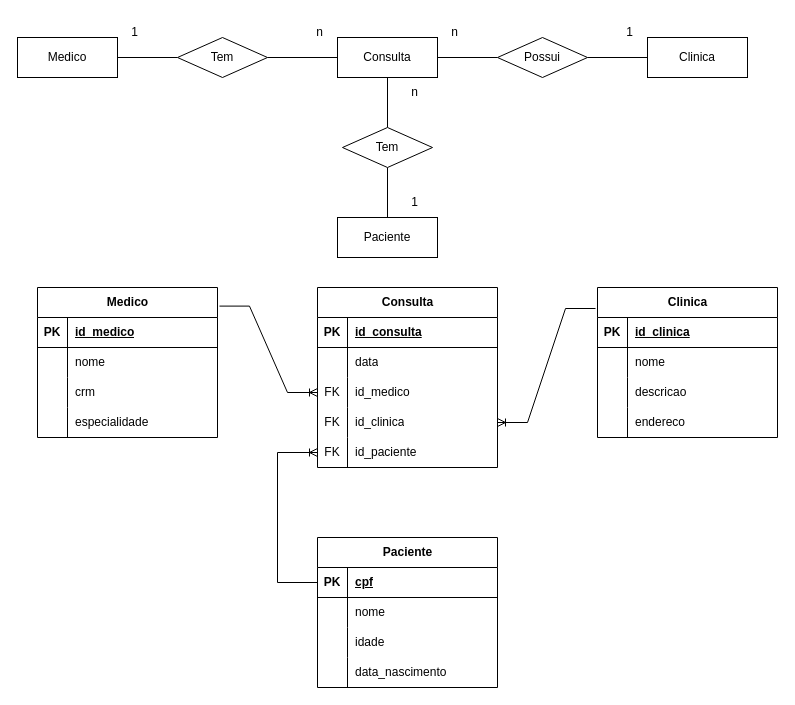
This is Projeto_ECommerce/Modelagem/Clinica Medica.drawio from jheykocarreno/Senai_BackEnd, a draw.io file, before an edit. Source tidied: cells renumbered, new cells numbered last; positions are measured from the earlier drawing's top-left corner, leaving out a move shared by most shapes. Both pictures are drawn from the tidied source at 100%, with x=0, y=0 at pixel (17, 17).
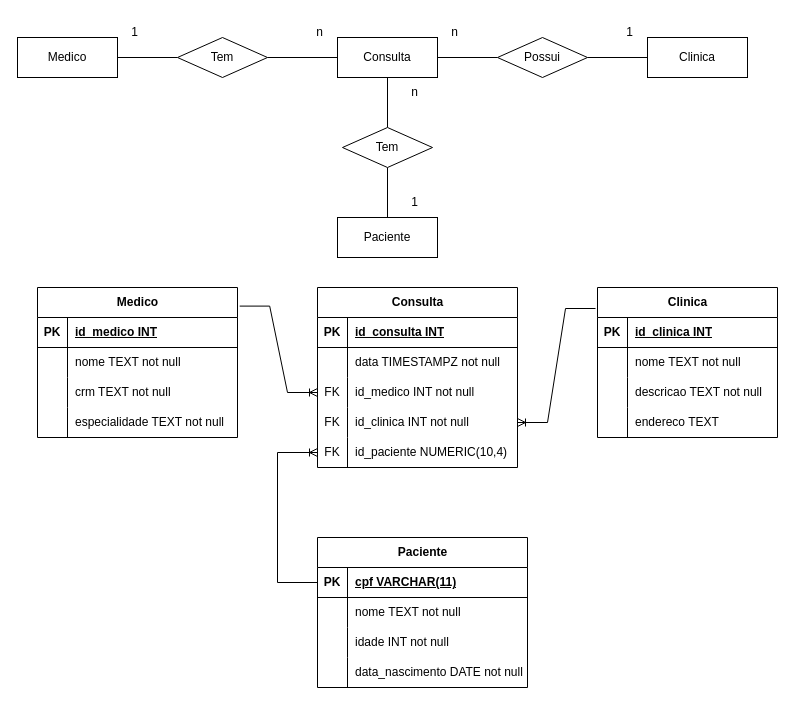
The same page after the edit.

Unchanged cells that the change refers to:
```xml
<mxCell id="52" style="shape=tableRow;horizontal=0;startSize=0;swimlaneHead=0;swimlaneBody=0;fillColor=none;top=0;left=0;right=0;bottom=1;" parent="51" vertex="1">
  <mxGeometry y="30" width="180" height="30" as="geometry" />
</mxCell>
<mxCell id="55" style="shape=tableRow;horizontal=0;startSize=0;swimlaneHead=0;swimlaneBody=0;fillColor=none;top=0;left=0;right=0;bottom=0;" parent="51" vertex="1">
  <mxGeometry y="60" width="180" height="30" as="geometry" />
</mxCell>
<mxCell id="58" style="shape=tableRow;horizontal=0;startSize=0;swimlaneHead=0;swimlaneBody=0;fillColor=none;top=0;left=0;right=0;bottom=0;" parent="51" vertex="1">
  <mxGeometry y="90" width="180" height="30" as="geometry" />
</mxCell>
<mxCell id="61" style="shape=tableRow;horizontal=0;startSize=0;swimlaneHead=0;swimlaneBody=0;fillColor=none;top=0;left=0;right=0;bottom=0;" parent="51" vertex="1">
  <mxGeometry y="120" width="180" height="30" as="geometry" />
</mxCell>
```

Change to the diagram source:
```diff
@@
     <mxCell id="21" value="Medico" style="shape=table;startSize=30;childLayout=tableLayout;rowLines=0;fontStyle=1;align=center;html=1;" parent="1" vertex="1">
-      <mxGeometry x="20" y="270" width="180" height="150" as="geometry" />
+      <mxGeometry x="20" y="270" width="200" height="150" as="geometry" />
     </mxCell>
     <mxCell id="22" style="shape=tableRow;horizontal=0;startSize=0;swimlaneHead=0;swimlaneBody=0;fillColor=none;top=0;left=0;right=0;bottom=1;" parent="21" vertex="1">
-      <mxGeometry y="30" width="180" height="30" as="geometry" />
+      <mxGeometry y="30" width="200" height="30" as="geometry" />
     </mxCell>
@@
-    <mxCell id="24" value="id_medico" style="shape=partialRectangle;fillColor=none;top=0;left=0;bottom=0;right=0;align=left;spacingLeft=6;fontStyle=5;overflow=hidden;whiteSpace=wrap;html=1;" parent="22" vertex="1">
-      <mxGeometry x="30" width="150" height="30" as="geometry" />
+    <mxCell id="24" value="id_medico INT" style="shape=partialRectangle;fillColor=none;top=0;left=0;bottom=0;right=0;align=left;spacingLeft=6;fontStyle=5;overflow=hidden;whiteSpace=wrap;html=1;" parent="22" vertex="1">
+      <mxGeometry x="30" width="170" height="30" as="geometry" />
     </mxCell>
     <mxCell id="25" style="shape=tableRow;horizontal=0;startSize=0;swimlaneHead=0;swimlaneBody=0;fillColor=none;top=0;left=0;right=0;bottom=0;" parent="21" vertex="1">
-      <mxGeometry y="60" width="180" height="30" as="geometry" />
+      <mxGeometry y="60" width="200" height="30" as="geometry" />
     </mxCell>
@@
-    <mxCell id="27" value="nome" style="shape=partialRectangle;fillColor=none;top=0;left=0;bottom=0;right=0;align=left;spacingLeft=6;overflow=hidden;whiteSpace=wrap;html=1;" parent="25" vertex="1">
-      <mxGeometry x="30" width="150" height="30" as="geometry" />
+    <mxCell id="27" value="nome TEXT not null" style="shape=partialRectangle;fillColor=none;top=0;left=0;bottom=0;right=0;align=left;spacingLeft=6;overflow=hidden;whiteSpace=wrap;html=1;" parent="25" vertex="1">
+      <mxGeometry x="30" width="170" height="30" as="geometry" />
     </mxCell>
     <mxCell id="28" style="shape=tableRow;horizontal=0;startSize=0;swimlaneHead=0;swimlaneBody=0;fillColor=none;top=0;left=0;right=0;bottom=0;" parent="21" vertex="1">
-      <mxGeometry y="90" width="180" height="30" as="geometry" />
+      <mxGeometry y="90" width="200" height="30" as="geometry" />
     </mxCell>
@@
-    <mxCell id="30" value="crm" style="shape=partialRectangle;fillColor=none;top=0;left=0;bottom=0;right=0;align=left;spacingLeft=6;overflow=hidden;whiteSpace=wrap;html=1;" parent="28" vertex="1">
-      <mxGeometry x="30" width="150" height="30" as="geometry" />
+    <mxCell id="30" value="crm TEXT not null" style="shape=partialRectangle;fillColor=none;top=0;left=0;bottom=0;right=0;align=left;spacingLeft=6;overflow=hidden;whiteSpace=wrap;html=1;" parent="28" vertex="1">
+      <mxGeometry x="30" width="170" height="30" as="geometry" />
     </mxCell>
     <mxCell id="31" style="shape=tableRow;horizontal=0;startSize=0;swimlaneHead=0;swimlaneBody=0;fillColor=none;top=0;left=0;right=0;bottom=0;" parent="21" vertex="1">
-      <mxGeometry y="120" width="180" height="30" as="geometry" />
+      <mxGeometry y="120" width="200" height="30" as="geometry" />
     </mxCell>
@@
-    <mxCell id="33" value="especialidade" style="shape=partialRectangle;fillColor=none;top=0;left=0;bottom=0;right=0;align=left;spacingLeft=6;overflow=hidden;whiteSpace=wrap;html=1;" parent="31" vertex="1">
-      <mxGeometry x="30" width="150" height="30" as="geometry" />
+    <mxCell id="33" value="especialidade TEXT not null" style="shape=partialRectangle;fillColor=none;top=0;left=0;bottom=0;right=0;align=left;spacingLeft=6;overflow=hidden;whiteSpace=wrap;html=1;" parent="31" vertex="1">
+      <mxGeometry x="30" width="170" height="30" as="geometry" />
     </mxCell>
     <mxCell id="34" value="Consulta" style="shape=table;startSize=30;childLayout=tableLayout;rowLines=0;fontStyle=1;align=center;html=1;" parent="1" vertex="1">
-      <mxGeometry x="300" y="270" width="180" height="180" as="geometry" />
+      <mxGeometry x="300" y="270" width="200" height="180" as="geometry" />
     </mxCell>
     <mxCell id="35" style="shape=tableRow;horizontal=0;startSize=0;swimlaneHead=0;swimlaneBody=0;fillColor=none;top=0;left=0;right=0;bottom=1;" parent="34" vertex="1">
-      <mxGeometry y="30" width="180" height="30" as="geometry" />
+      <mxGeometry y="30" width="200" height="30" as="geometry" />
     </mxCell>
@@
-    <mxCell id="37" value="id_consulta" style="shape=partialRectangle;fillColor=none;top=0;left=0;bottom=0;right=0;align=left;spacingLeft=6;fontStyle=5;overflow=hidden;whiteSpace=wrap;html=1;" parent="35" vertex="1">
-      <mxGeometry x="30" width="150" height="30" as="geometry" />
+    <mxCell id="37" value="id_consulta INT" style="shape=partialRectangle;fillColor=none;top=0;left=0;bottom=0;right=0;align=left;spacingLeft=6;fontStyle=5;overflow=hidden;whiteSpace=wrap;html=1;" parent="35" vertex="1">
+      <mxGeometry x="30" width="170" height="30" as="geometry" />
     </mxCell>
     <mxCell id="38" style="shape=tableRow;horizontal=0;startSize=0;swimlaneHead=0;swimlaneBody=0;fillColor=none;top=0;left=0;right=0;bottom=0;" parent="34" vertex="1">
-      <mxGeometry y="60" width="180" height="30" as="geometry" />
+      <mxGeometry y="60" width="200" height="30" as="geometry" />
     </mxCell>
@@
-    <mxCell id="40" value="data" style="shape=partialRectangle;fillColor=none;top=0;left=0;bottom=0;right=0;align=left;spacingLeft=6;overflow=hidden;whiteSpace=wrap;html=1;" parent="38" vertex="1">
-      <mxGeometry x="30" width="150" height="30" as="geometry" />
+    <mxCell id="40" value="data TIMESTAMPZ not null" style="shape=partialRectangle;fillColor=none;top=0;left=0;bottom=0;right=0;align=left;spacingLeft=6;overflow=hidden;whiteSpace=wrap;html=1;" parent="38" vertex="1">
+      <mxGeometry x="30" width="170" height="30" as="geometry" />
     </mxCell>
     <mxCell id="41" style="shape=tableRow;horizontal=0;startSize=0;swimlaneHead=0;swimlaneBody=0;fillColor=none;points=[[0,0.5],[1,0.5]];portConstraint=eastwest;top=0;left=0;right=0;bottom=0;" parent="34" vertex="1">
-      <mxGeometry y="90" width="180" height="30" as="geometry" />
+      <mxGeometry y="90" width="200" height="30" as="geometry" />
     </mxCell>
@@
-    <mxCell id="43" value="id_medico" style="shape=partialRectangle;fillColor=none;top=0;left=0;bottom=0;right=0;align=left;spacingLeft=6;overflow=hidden;whiteSpace=wrap;html=1;" parent="41" vertex="1">
-      <mxGeometry x="30" width="150" height="30" as="geometry" />
+    <mxCell id="43" value="id_medico INT not null" style="shape=partialRectangle;fillColor=none;top=0;left=0;bottom=0;right=0;align=left;spacingLeft=6;overflow=hidden;whiteSpace=wrap;html=1;" parent="41" vertex="1">
+      <mxGeometry x="30" width="170" height="30" as="geometry" />
     </mxCell>
     <mxCell id="44" style="shape=tableRow;horizontal=0;startSize=0;swimlaneHead=0;swimlaneBody=0;fillColor=none;points=[[0,0.5],[1,0.5]];portConstraint=eastwest;top=0;left=0;right=0;bottom=0;" parent="34" vertex="1">
-      <mxGeometry y="120" width="180" height="30" as="geometry" />
+      <mxGeometry y="120" width="200" height="30" as="geometry" />
     </mxCell>
@@
-    <mxCell id="46" value="id_clinica" style="shape=partialRectangle;fillColor=none;top=0;left=0;bottom=0;right=0;align=left;spacingLeft=6;overflow=hidden;whiteSpace=wrap;html=1;" parent="44" vertex="1">
-      <mxGeometry x="30" width="150" height="30" as="geometry" />
+    <mxCell id="46" value="id_clinica INT not null" style="shape=partialRectangle;fillColor=none;top=0;left=0;bottom=0;right=0;align=left;spacingLeft=6;overflow=hidden;whiteSpace=wrap;html=1;" parent="44" vertex="1">
+      <mxGeometry x="30" width="170" height="30" as="geometry" />
     </mxCell>
     <mxCell id="47" style="shape=tableRow;horizontal=0;startSize=0;swimlaneHead=0;swimlaneBody=0;fillColor=none;points=[[0,0.5],[1,0.5]];portConstraint=eastwest;top=0;left=0;right=0;bottom=0;" parent="34" vertex="1">
-      <mxGeometry y="150" width="180" height="30" as="geometry" />
+      <mxGeometry y="150" width="200" height="30" as="geometry" />
     </mxCell>
@@
-    <mxCell id="49" value="id_paciente" style="shape=partialRectangle;fillColor=none;top=0;left=0;bottom=0;right=0;align=left;spacingLeft=6;overflow=hidden;whiteSpace=wrap;html=1;" parent="47" vertex="1">
-      <mxGeometry x="30" width="150" height="30" as="geometry" />
+    <mxCell id="49" value="id_paciente NUMERIC(10,4)" style="shape=partialRectangle;fillColor=none;top=0;left=0;bottom=0;right=0;align=left;spacingLeft=6;overflow=hidden;whiteSpace=wrap;html=1;" parent="47" vertex="1">
+      <mxGeometry x="30" width="170" height="30" as="geometry" />
     </mxCell>
@@
-    <mxCell id="54" value="id_clinica" style="shape=partialRectangle;fillColor=none;top=0;left=0;bottom=0;right=0;align=left;spacingLeft=6;fontStyle=5;overflow=hidden;whiteSpace=wrap;html=1;" parent="52" vertex="1">
+    <mxCell id="54" value="id_clinica INT" style="shape=partialRectangle;fillColor=none;top=0;left=0;bottom=0;right=0;align=left;spacingLeft=6;fontStyle=5;overflow=hidden;whiteSpace=wrap;html=1;" parent="52" vertex="1">
       <mxGeometry x="30" width="150" height="30" as="geometry" />
     </mxCell>
@@
-    <mxCell id="57" value="nome" style="shape=partialRectangle;fillColor=none;top=0;left=0;bottom=0;right=0;align=left;spacingLeft=6;overflow=hidden;whiteSpace=wrap;html=1;" parent="55" vertex="1">
+    <mxCell id="57" value="nome TEXT not null" style="shape=partialRectangle;fillColor=none;top=0;left=0;bottom=0;right=0;align=left;spacingLeft=6;overflow=hidden;whiteSpace=wrap;html=1;" parent="55" vertex="1">
       <mxGeometry x="30" width="150" height="30" as="geometry" />
     </mxCell>
@@
-    <mxCell id="60" value="descricao" style="shape=partialRectangle;fillColor=none;top=0;left=0;bottom=0;right=0;align=left;spacingLeft=6;overflow=hidden;whiteSpace=wrap;html=1;" parent="58" vertex="1">
+    <mxCell id="60" value="descricao TEXT not null" style="shape=partialRectangle;fillColor=none;top=0;left=0;bottom=0;right=0;align=left;spacingLeft=6;overflow=hidden;whiteSpace=wrap;html=1;" parent="58" vertex="1">
       <mxGeometry x="30" width="150" height="30" as="geometry" />
     </mxCell>
@@
-    <mxCell id="63" value="endereco" style="shape=partialRectangle;fillColor=none;top=0;left=0;bottom=0;right=0;align=left;spacingLeft=6;overflow=hidden;whiteSpace=wrap;html=1;" parent="61" vertex="1">
+    <mxCell id="63" value="endereco TEXT" style="shape=partialRectangle;fillColor=none;top=0;left=0;bottom=0;right=0;align=left;spacingLeft=6;overflow=hidden;whiteSpace=wrap;html=1;" parent="61" vertex="1">
       <mxGeometry x="30" width="150" height="30" as="geometry" />
     </mxCell>
@@
     <mxCell id="65" value="Paciente" style="shape=table;startSize=30;childLayout=tableLayout;rowLines=0;fontStyle=1;align=center;html=1;" parent="1" vertex="1">
-      <mxGeometry x="300" y="520" width="180" height="150" as="geometry" />
+      <mxGeometry x="300" y="520" width="210" height="150" as="geometry" />
     </mxCell>
     <mxCell id="66" style="shape=tableRow;horizontal=0;startSize=0;swimlaneHead=0;swimlaneBody=0;fillColor=none;points=[[0,0.5],[1,0.5]];portConstraint=eastwest;top=0;left=0;right=0;bottom=1;" parent="65" vertex="1">
-      <mxGeometry y="30" width="180" height="30" as="geometry" />
+      <mxGeometry y="30" width="210" height="30" as="geometry" />
     </mxCell>
@@
-    <mxCell id="68" value="cpf" style="shape=partialRectangle;fillColor=none;top=0;left=0;bottom=0;right=0;align=left;spacingLeft=6;fontStyle=5;overflow=hidden;whiteSpace=wrap;html=1;" parent="66" vertex="1">
-      <mxGeometry x="30" width="150" height="30" as="geometry" />
+    <mxCell id="68" value="cpf VARCHAR(11)" style="shape=partialRectangle;fillColor=none;top=0;left=0;bottom=0;right=0;align=left;spacingLeft=6;fontStyle=5;overflow=hidden;whiteSpace=wrap;html=1;" parent="66" vertex="1">
+      <mxGeometry x="30" width="180" height="30" as="geometry" />
     </mxCell>
     <mxCell id="69" style="shape=tableRow;horizontal=0;startSize=0;swimlaneHead=0;swimlaneBody=0;fillColor=none;top=0;left=0;right=0;bottom=0;" parent="65" vertex="1">
-      <mxGeometry y="60" width="180" height="30" as="geometry" />
+      <mxGeometry y="60" width="210" height="30" as="geometry" />
     </mxCell>
@@
-    <mxCell id="71" value="nome" style="shape=partialRectangle;fillColor=none;top=0;left=0;bottom=0;right=0;align=left;spacingLeft=6;overflow=hidden;whiteSpace=wrap;html=1;" parent="69" vertex="1">
-      <mxGeometry x="30" width="150" height="30" as="geometry" />
+    <mxCell id="71" value="nome TEXT not null" style="shape=partialRectangle;fillColor=none;top=0;left=0;bottom=0;right=0;align=left;spacingLeft=6;overflow=hidden;whiteSpace=wrap;html=1;" parent="69" vertex="1">
+      <mxGeometry x="30" width="180" height="30" as="geometry" />
     </mxCell>
     <mxCell id="72" style="shape=tableRow;horizontal=0;startSize=0;swimlaneHead=0;swimlaneBody=0;fillColor=none;top=0;left=0;right=0;bottom=0;" parent="65" vertex="1">
-      <mxGeometry y="90" width="180" height="30" as="geometry" />
+      <mxGeometry y="90" width="210" height="30" as="geometry" />
     </mxCell>
@@
-    <mxCell id="74" value="idade" style="shape=partialRectangle;fillColor=none;top=0;left=0;bottom=0;right=0;align=left;spacingLeft=6;overflow=hidden;whiteSpace=wrap;html=1;" parent="72" vertex="1">
-      <mxGeometry x="30" width="150" height="30" as="geometry" />
+    <mxCell id="74" value="idade INT not null" style="shape=partialRectangle;fillColor=none;top=0;left=0;bottom=0;right=0;align=left;spacingLeft=6;overflow=hidden;whiteSpace=wrap;html=1;" parent="72" vertex="1">
+      <mxGeometry x="30" width="180" height="30" as="geometry" />
     </mxCell>
     <mxCell id="75" style="shape=tableRow;horizontal=0;startSize=0;swimlaneHead=0;swimlaneBody=0;fillColor=none;top=0;left=0;right=0;bottom=0;" parent="65" vertex="1">
-      <mxGeometry y="120" width="180" height="30" as="geometry" />
+      <mxGeometry y="120" width="210" height="30" as="geometry" />
     </mxCell>
@@
-    <mxCell id="77" value="data_nascimento" style="shape=partialRectangle;fillColor=none;top=0;left=0;bottom=0;right=0;align=left;spacingLeft=6;overflow=hidden;whiteSpace=wrap;html=1;" parent="75" vertex="1">
-      <mxGeometry x="30" width="150" height="30" as="geometry" />
+    <mxCell id="77" value="data_nascimento DATE not null" style="shape=partialRectangle;fillColor=none;top=0;left=0;bottom=0;right=0;align=left;spacingLeft=6;overflow=hidden;whiteSpace=wrap;html=1;" parent="75" vertex="1">
+      <mxGeometry x="30" width="180" height="30" as="geometry" />
     </mxCell>
```
